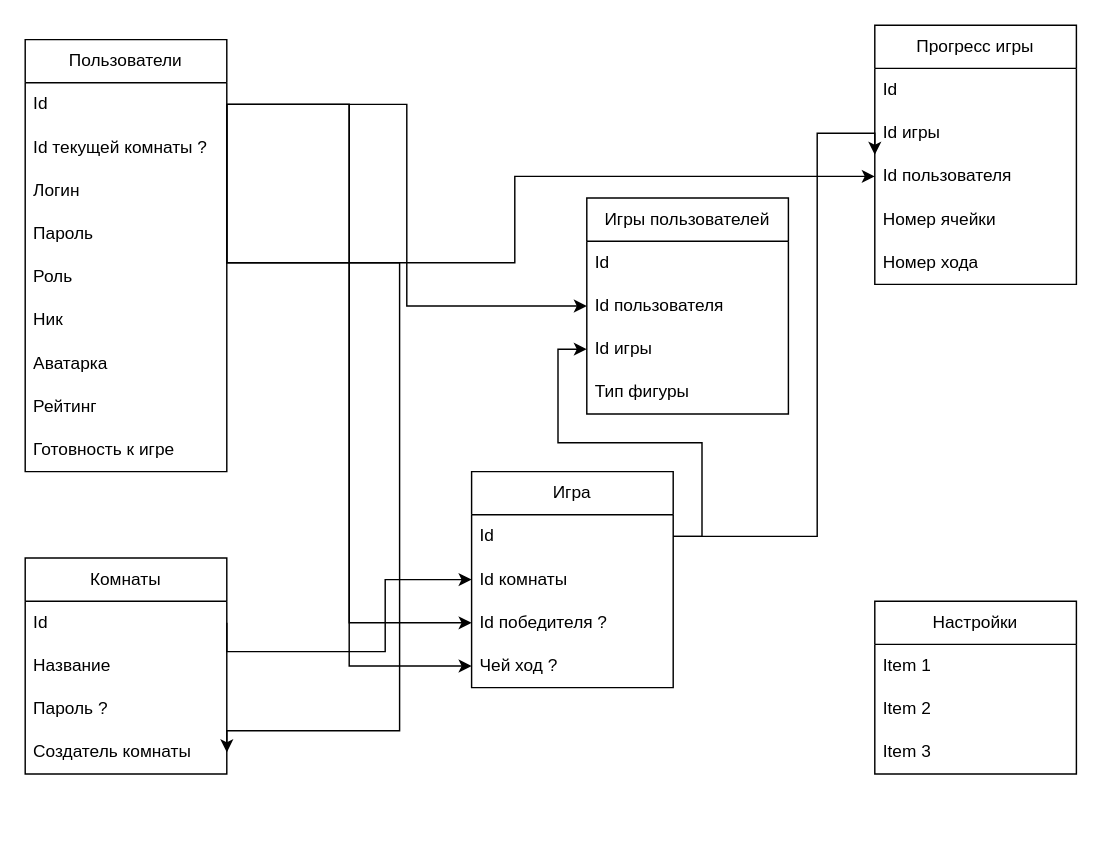
Oleg-mobile/GameCrossZero keeps this draw.io diagram as DataBase.drawio. Above is the earlier version. Source tidied: cells renumbered, new cells numbered last; positions are measured from the earlier drawing's top-left corner, leaving out a move shared by most shapes. Both pictures are drawn from the tidied source at 144%, with x=0, y=0 at pixel (24, 24).
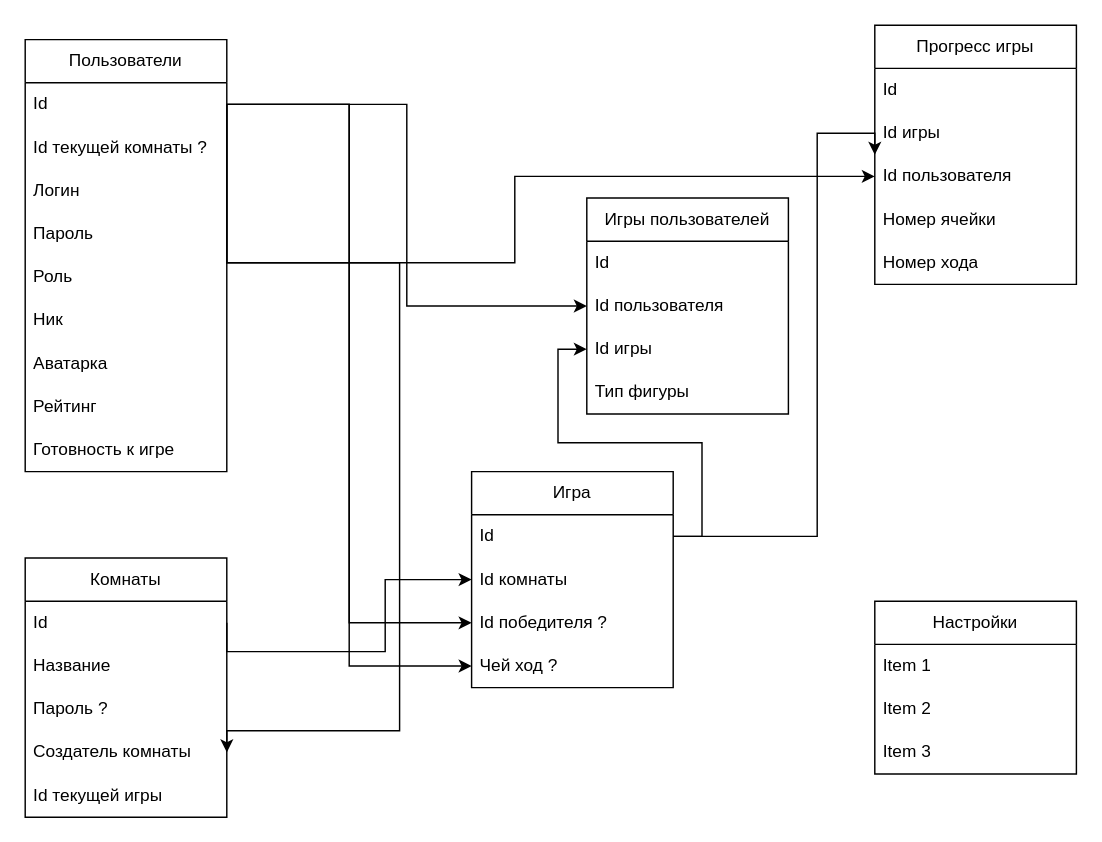
The same page after the edit.

Diff of the diagram source:
```diff
@@
     <mxCell id="12" value="Комнаты" style="swimlane;fontStyle=0;horizontal=1;startSize=30;whiteSpace=wrap;html=1;" parent="1" vertex="1">
-      <mxGeometry y="370" width="140" height="150" as="geometry" />
+      <mxGeometry y="370" width="140" height="180" as="geometry" />
     </mxCell>
@@
+    <mxCell id="45" value="Id текущей игры" style="text;strokeColor=none;fillColor=none;align=left;verticalAlign=middle;spacingLeft=4;spacingRight=4;overflow=hidden;whiteSpace=wrap;html=1;" parent="12" vertex="1">
+      <mxGeometry y="150" width="140" height="30" as="geometry" />
+    </mxCell>
```
